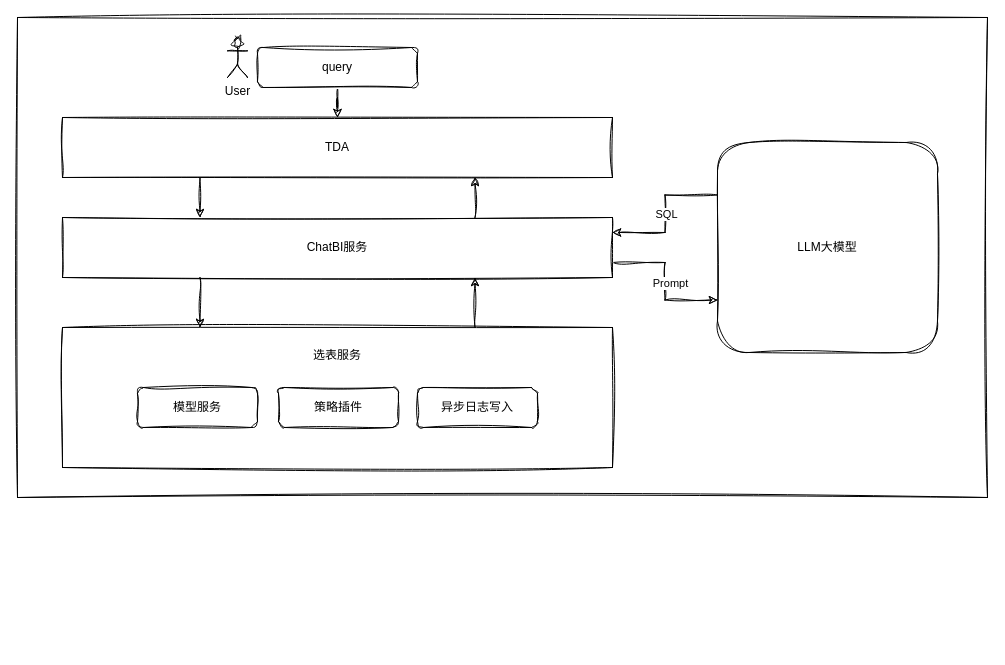
The draw.io diagram chatbi/xuanbiao.drawio in cavaljames/work-diagrams, before the edit. Source tidied: cells renumbered, new cells numbered last; positions are measured from the earlier drawing's top-left corner, leaving out a move shared by most shapes. Both pictures are drawn from the tidied source at 100%, with x=0, y=0 at pixel (17, 17).
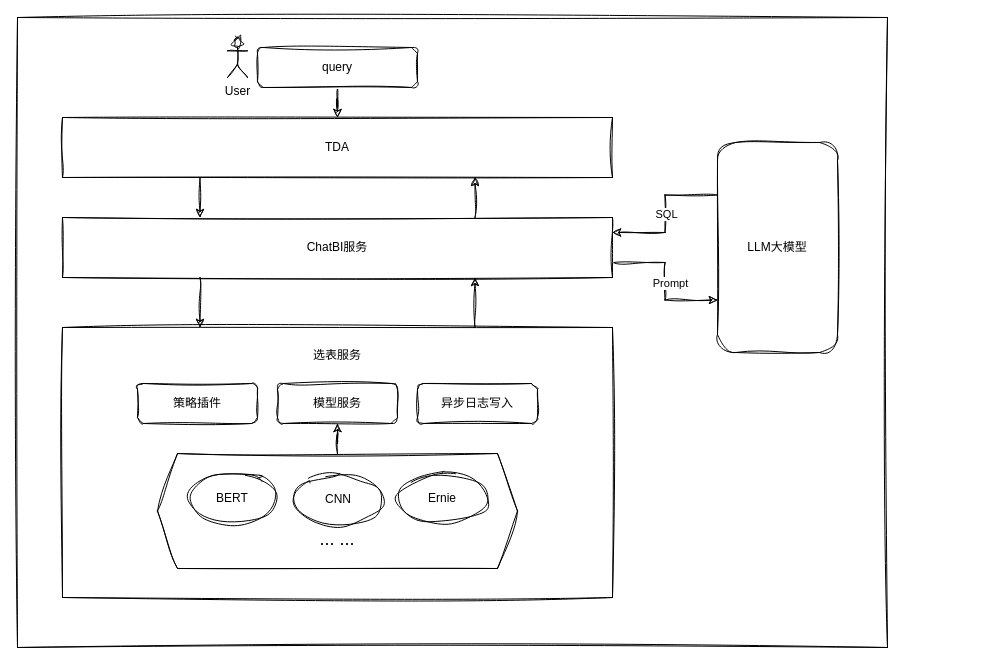
The same diagram, later.

Diff of the diagram source:
```diff
@@
     <mxCell id="2" style="rounded=0;whiteSpace=wrap;html=1;sketch=1;hachureGap=4;jiggle=2;curveFitting=1;" parent="1" vertex="1">
-      <mxGeometry width="970" height="480" as="geometry" />
+      <mxGeometry width="870" height="630" as="geometry" />
     </mxCell>
@@
     <mxCell id="9" value="&lt;div&gt;&lt;br&gt;&lt;/div&gt;选表服务" style="rounded=0;whiteSpace=wrap;html=1;sketch=1;hachureGap=4;jiggle=2;curveFitting=1;align=center;glass=0;shadow=0;textShadow=0;horizontal=1;verticalAlign=top;" parent="1" vertex="1">
-      <mxGeometry x="45" y="310" width="550" height="140" as="geometry" />
+      <mxGeometry x="45" y="310" width="550" height="270" as="geometry" />
     </mxCell>
@@
     <mxCell id="15" value="模型服务" style="rounded=1;whiteSpace=wrap;html=1;sketch=1;hachureGap=4;jiggle=2;curveFitting=1;" parent="1" vertex="1">
-      <mxGeometry x="120" y="370" width="120" height="40" as="geometry" />
+      <mxGeometry x="260" y="366" width="120" height="40" as="geometry" />
     </mxCell>
     <mxCell id="16" value="策略插件" style="rounded=1;whiteSpace=wrap;html=1;sketch=1;hachureGap=4;jiggle=2;curveFitting=1;" parent="1" vertex="1">
-      <mxGeometry x="261" y="370" width="120" height="40" as="geometry" />
+      <mxGeometry x="120" y="366" width="120" height="40" as="geometry" />
     </mxCell>
     <mxCell id="17" value="异步日志写入" style="rounded=1;whiteSpace=wrap;html=1;sketch=1;hachureGap=4;jiggle=2;curveFitting=1;" parent="1" vertex="1">
-      <mxGeometry x="400" y="370" width="120" height="40" as="geometry" />
+      <mxGeometry x="400" y="366" width="120" height="40" as="geometry" />
     </mxCell>
@@
     <mxCell id="20" value="LLM大模型" style="rounded=1;whiteSpace=wrap;html=1;sketch=1;hachureGap=4;jiggle=2;curveFitting=1;" parent="1" vertex="1">
-      <mxGeometry x="700" y="125" width="220" height="210" as="geometry" />
+      <mxGeometry x="700" y="125" width="120" height="210" as="geometry" />
     </mxCell>
+    <mxCell id="21" value="&lt;div&gt;&lt;br&gt;&lt;/div&gt;&lt;div&gt;&lt;br&gt;&lt;/div&gt;&lt;div&gt;&lt;br&gt;&lt;/div&gt;&lt;div&gt;&lt;br&gt;&lt;/div&gt;&lt;font style=&quot;font-size: 18px;&quot;&gt;... ...&lt;/font&gt;" style="shape=hexagon;perimeter=hexagonPerimeter2;whiteSpace=wrap;html=1;fixedSize=1;sketch=1;hachureGap=4;jiggle=2;curveFitting=1;" parent="1" vertex="1">
+      <mxGeometry x="140" y="436" width="360" height="115" as="geometry" />
+    </mxCell>
+    <mxCell id="22" value="BERT" style="ellipse;whiteSpace=wrap;html=1;sketch=1;hachureGap=4;jiggle=2;curveFitting=1;" parent="1" vertex="1">
+      <mxGeometry x="170" y="456" width="90" height="50" as="geometry" />
+    </mxCell>
+    <mxCell id="23" value="CNN" style="ellipse;whiteSpace=wrap;html=1;sketch=1;hachureGap=4;jiggle=2;curveFitting=1;" parent="1" vertex="1">
+      <mxGeometry x="276" y="457" width="90" height="50" as="geometry" />
+    </mxCell>
+    <mxCell id="24" value="Ernie" style="ellipse;whiteSpace=wrap;html=1;sketch=1;hachureGap=4;jiggle=2;curveFitting=1;" parent="1" vertex="1">
+      <mxGeometry x="380" y="456" width="90" height="50" as="geometry" />
+    </mxCell>
+    <mxCell id="25" style="edgeStyle=orthogonalEdgeStyle;rounded=0;sketch=1;hachureGap=4;jiggle=2;curveFitting=1;jettySize=auto;html=1;" parent="1" edge="1" source="21" target="15">
+      <mxGeometry relative="1" as="geometry" />
+    </mxCell>
```
